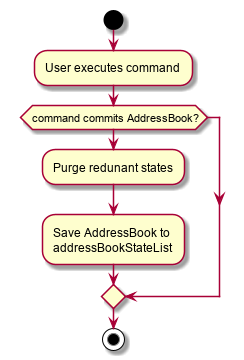
se-edu/addressbook-level4 keeps this PlantUML diagram as docs/images/commit-activity-diagram.png. Above is the earlier version. The source it was exported from:
```plantuml
@startuml
start
:User executes command;
if (command commits AddressBook?) then
    :Purge redunant states;
    :Save AddressBook to
    addressBookStateList;
else
endif
stop

@enduml
```
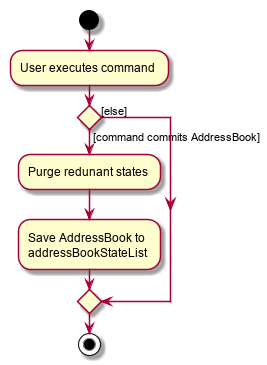
Above is the later version.

Change to the diagram source:
```diff
@@ -1,12 +1,12 @@
 @startuml
 start
 :User executes command;
-if (command commits AddressBook?) then
+
+if () then ([command commits AddressBook])
     :Purge redunant states;
     :Save AddressBook to
     addressBookStateList;
-else
+else ([else])
 endif
 stop
-
 @enduml
```
